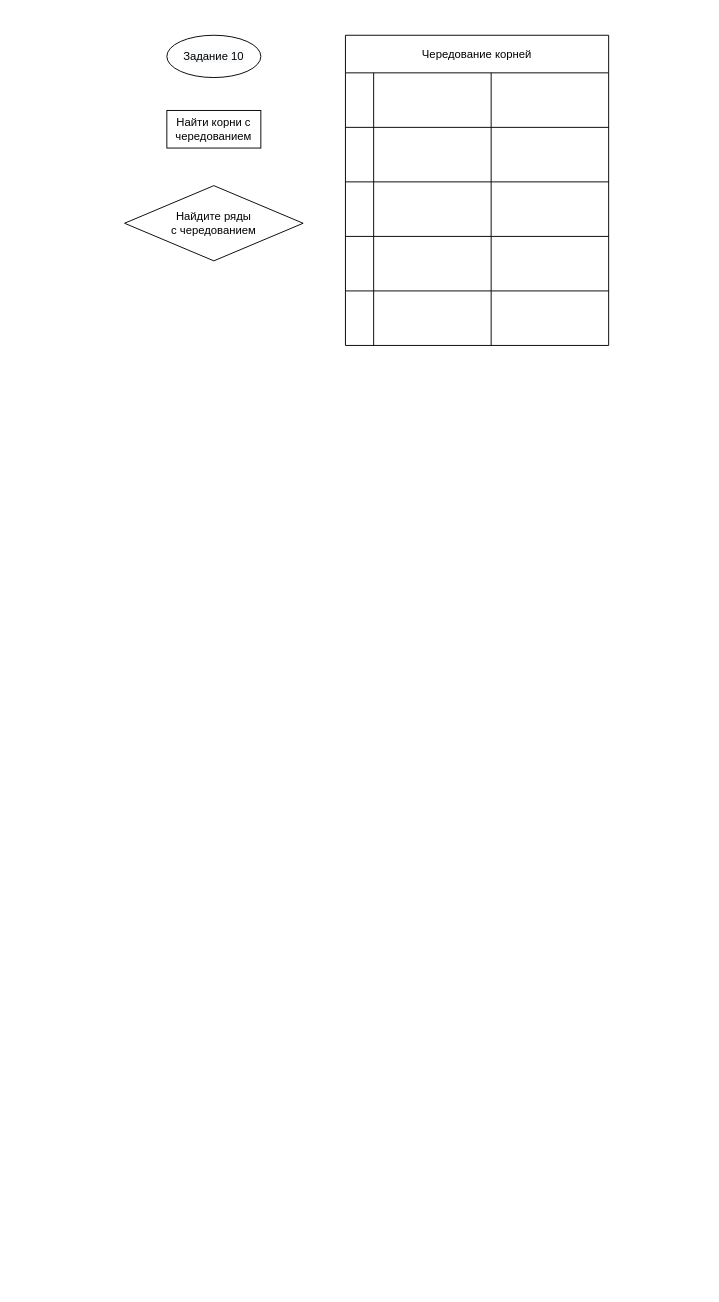
Earlier version of the draw.io diagram Untitled Diagram.drawio (asdcxfrt/EgeRusAlgorithms). Source tidied: cells renumbered, new cells numbered last; positions are measured from the earlier drawing's top-left corner, leaving out a move shared by most shapes. Both pictures are drawn from the tidied source at 94%, with x=0, y=0 at pixel (124, 35).
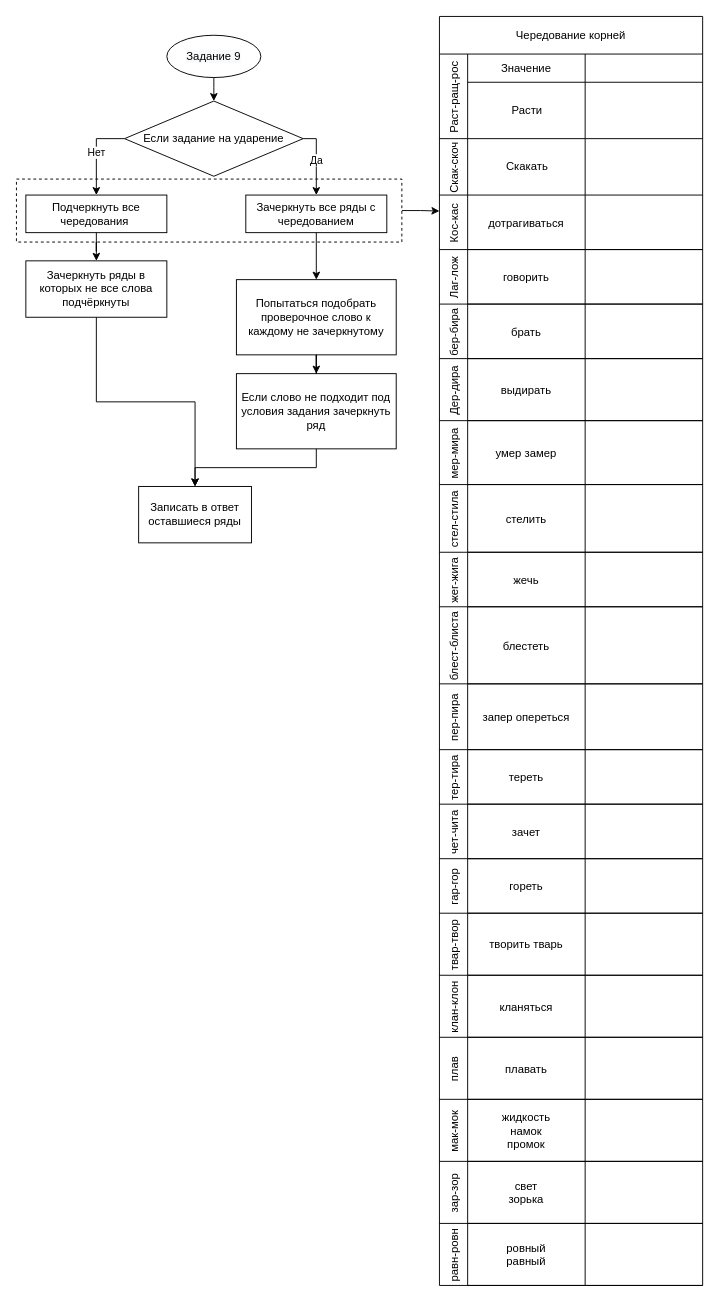
The same diagram, later.

Change to the diagram source:
```diff
@@
-    <mxCell id="2" value="Найти корни с чередованием" style="rounded=0;whiteSpace=wrap;html=1;fillColor=none;" parent="1" vertex="1">
-      <mxGeometry x="45" y="80" width="100" height="40" as="geometry" />
-    </mxCell>
+    <mxCell id="21" style="edgeStyle=orthogonalEdgeStyle;rounded=0;jettySize=auto;html=1;entryX=0;entryY=0.293;entryDx=0;entryDy=0;entryPerimeter=0;startArrow=none;startFill=0;endArrow=classic;endFill=1;" parent="1" edge="1" source="22" target="12">
+      <mxGeometry relative="1" as="geometry" />
+    </mxCell>
+    <mxCell id="22" style="rounded=0;whiteSpace=wrap;html=1;fillColor=none;dashed=1;" parent="1" vertex="1">
+      <mxGeometry x="-115" y="153" width="410" height="67" as="geometry" />
+    </mxCell>
-    <mxCell id="3" value="Найдите ряды&lt;br&gt;с чередованием" style="rhombus;whiteSpace=wrap;html=1;fillColor=none;" parent="1" vertex="1">
-      <mxGeometry y="160" width="190" height="80" as="geometry" />
+    <mxCell id="3" value="Если задание на ударение" style="rhombus;whiteSpace=wrap;html=1;fillColor=none;" parent="1" vertex="1">
+      <mxGeometry y="70" width="190" height="80" as="geometry" />
     </mxCell>
-    <mxCell id="4" value="&#10;&#10;&lt;span style=&quot;color: rgb(0, 0, 0); font-family: helvetica; font-size: 12px; font-style: normal; font-weight: 400; letter-spacing: normal; text-align: center; text-indent: 0px; text-transform: none; word-spacing: 0px; background-color: rgb(248, 249, 250); display: inline; float: none;&quot;&gt;Задание 10&lt;/span&gt;&#10;&#10;" style="ellipse;whiteSpace=wrap;html=1;fillColor=none;" parent="1" vertex="1">
+    <mxCell id="4" value="&lt;span style=&quot;color: rgb(0 , 0 , 0) ; font-family: &amp;#34;helvetica&amp;#34; ; font-size: 12px ; font-style: normal ; font-weight: 400 ; letter-spacing: normal ; text-align: center ; text-indent: 0px ; text-transform: none ; word-spacing: 0px ; background-color: rgb(248 , 249 , 250) ; display: inline ; float: none&quot;&gt;Задание 9&lt;/span&gt;" style="ellipse;whiteSpace=wrap;html=1;fillColor=none;" parent="1" vertex="1">
       <mxGeometry x="45" width="100" height="45" as="geometry" />
     </mxCell>
-    <mxCell id="5" value="Чередование корней" style="shape=table;childLayout=tableLayout;startSize=40;fillColor=none;" parent="1" vertex="1">
-      <mxGeometry x="235" width="280" height="330" as="geometry" />
+    <mxCell id="5" value="Чередование корней" style="shape=table;childLayout=tableLayout;startSize=40;fillColor=none;flipH=1;flipV=0;" parent="1" vertex="1">
+      <mxGeometry x="335" y="-20" width="280" height="1350" as="geometry" />
     </mxCell>
-    <mxCell id="6" style="swimlane;horizontal=0;swimlaneHead=0;swimlaneBody=0;fontStyle=0;fillColor=none;startSize=30;" parent="5" vertex="1">
-      <mxGeometry y="40" width="280" height="58" as="geometry" />
+    <mxCell id="6" value="Раст-ращ-рос" style="swimlane;horizontal=0;swimlaneHead=0;swimlaneBody=0;fontStyle=0;fillColor=none;startSize=30;" parent="5" vertex="1">
+      <mxGeometry y="40" width="280" height="90" as="geometry" />
     </mxCell>
-    <mxCell id="7" style="swimlane;swimlaneHead=0;swimlaneBody=0;fontStyle=0;fillColor=none;startSize=0;" parent="6" vertex="1">
-      <mxGeometry x="30" width="125" height="58" as="geometry" />
+    <mxCell id="7" value="Значение" style="swimlane;swimlaneHead=0;swimlaneBody=0;fontStyle=0;fillColor=none;startSize=30;flipH=0;flipV=0;" parent="6" vertex="1">
+      <mxGeometry x="30" width="125" height="90" as="geometry" />
     </mxCell>
+    <mxCell id="23" value="Расти" style="text;html=1;align=center;verticalAlign=middle;strokeColor=none;fillColor=none;" parent="7" vertex="1">
+      <mxGeometry x="37.5" y="50" width="50" height="20" as="geometry" />
+    </mxCell>
-    <mxCell id="8" style="swimlane;swimlaneHead=0;swimlaneBody=0;fontStyle=0;fillColor=none;startSize=0;" parent="6" vertex="1">
-      <mxGeometry x="155" width="125" height="58" as="geometry" />
+    <mxCell id="8" style="swimlane;swimlaneHead=0;swimlaneBody=0;fontStyle=0;fillColor=none;startSize=30;" parent="6" vertex="1">
+      <mxGeometry x="155" width="125" height="90" as="geometry" />
     </mxCell>
-    <mxCell id="9" style="swimlane;horizontal=0;swimlaneHead=0;swimlaneBody=0;fontStyle=0;fillColor=none;startSize=30;" parent="5" vertex="1">
-      <mxGeometry y="98" width="280" height="58" as="geometry" />
+    <mxCell id="9" value="Скак-скоч" style="swimlane;horizontal=0;swimlaneHead=0;swimlaneBody=0;fontStyle=0;fillColor=none;startSize=30;" parent="5" vertex="1">
+      <mxGeometry y="130" width="280" height="60" as="geometry" />
     </mxCell>
     <mxCell id="10" style="swimlane;swimlaneHead=0;swimlaneBody=0;fontStyle=0;fillColor=none;startSize=0;" parent="9" vertex="1">
-      <mxGeometry x="30" width="125" height="58" as="geometry" />
+      <mxGeometry x="30" width="125" height="60" as="geometry" />
     </mxCell>
+    <mxCell id="24" value="Скакать" style="text;html=1;align=center;verticalAlign=middle;strokeColor=none;fillColor=none;" parent="10" vertex="1">
+      <mxGeometry x="32.5" y="20" width="60" height="20" as="geometry" />
+    </mxCell>
     <mxCell id="11" style="swimlane;swimlaneHead=0;swimlaneBody=0;fontStyle=0;fillColor=none;startSize=0;" parent="9" vertex="1">
-      <mxGeometry x="155" width="125" height="58" as="geometry" />
+      <mxGeometry x="155" width="125" height="60" as="geometry" />
     </mxCell>
-    <mxCell id="12" style="swimlane;horizontal=0;swimlaneHead=0;swimlaneBody=0;fontStyle=0;fillColor=none;points=[[0,0.5],[1,0.5]];portConstraint=eastwest;startSize=30;" parent="5" vertex="1">
-      <mxGeometry y="156" width="280" height="58" as="geometry" />
+    <mxCell id="12" value="Кос-кас" style="swimlane;horizontal=0;swimlaneHead=0;swimlaneBody=0;fontStyle=0;fillColor=none;points=[[0,0.5],[1,0.5]];portConstraint=eastwest;startSize=30;" parent="5" vertex="1">
+      <mxGeometry y="190" width="280" height="58" as="geometry" />
     </mxCell>
-    <mxCell id="13" style="swimlane;swimlaneHead=0;swimlaneBody=0;fontStyle=0;fillColor=none;startSize=0;" parent="12" vertex="1">
+    <mxCell id="13" value="дотрагиваться" style="swimlane;swimlaneHead=0;swimlaneBody=0;fontStyle=0;fillColor=none;startSize=58;verticalAlign=middle;" parent="12" vertex="1">
       <mxGeometry x="30" width="125" height="58" as="geometry" />
     </mxCell>
-    <mxCell id="14" style="swimlane;swimlaneHead=0;swimlaneBody=0;fontStyle=0;fillColor=none;startSize=0;" parent="12" vertex="1">
+    <mxCell id="14" style="swimlane;swimlaneHead=0;swimlaneBody=0;fontStyle=0;fillColor=none;startSize=58;" parent="12" vertex="1">
       <mxGeometry x="155" width="125" height="58" as="geometry" />
     </mxCell>
-    <mxCell id="15" style="swimlane;horizontal=0;swimlaneHead=0;swimlaneBody=0;fontStyle=0;fillColor=none;startSize=30;" parent="5" vertex="1">
-      <mxGeometry y="214" width="280" height="58" as="geometry" />
+    <mxCell id="15" value="Лаг-лож" style="swimlane;horizontal=0;swimlaneHead=0;swimlaneBody=0;fontStyle=0;fillColor=none;startSize=30;" parent="5" vertex="1">
+      <mxGeometry y="248" width="280" height="58" as="geometry" />
     </mxCell>
-    <mxCell id="16" style="swimlane;swimlaneHead=0;swimlaneBody=0;fontStyle=0;fillColor=none;startSize=0;" parent="15" vertex="1">
+    <mxCell id="16" value="говорить" style="swimlane;swimlaneHead=0;swimlaneBody=0;fontStyle=0;fillColor=none;startSize=58;" parent="15" vertex="1">
       <mxGeometry x="30" width="125" height="58" as="geometry" />
     </mxCell>
-    <mxCell id="17" style="swimlane;swimlaneHead=0;swimlaneBody=0;fontStyle=0;fillColor=none;startSize=0;" parent="15" vertex="1">
+    <mxCell id="17" style="swimlane;swimlaneHead=0;swimlaneBody=0;fontStyle=0;fillColor=none;startSize=58;" parent="15" vertex="1">
       <mxGeometry x="155" width="125" height="58" as="geometry" />
     </mxCell>
-    <mxCell id="18" style="swimlane;horizontal=0;swimlaneHead=0;swimlaneBody=0;fontStyle=0;fillColor=none;startSize=30;" parent="5" vertex="1">
-      <mxGeometry y="272" width="280" height="58" as="geometry" />
+    <mxCell id="18" value="бер-бира" style="swimlane;horizontal=0;swimlaneHead=0;swimlaneBody=0;fontStyle=0;fillColor=none;startSize=30;" parent="5" vertex="1">
+      <mxGeometry y="306" width="280" height="58" as="geometry" />
     </mxCell>
-    <mxCell id="19" style="swimlane;swimlaneHead=0;swimlaneBody=0;fontStyle=0;fillColor=none;startSize=0;" parent="18" vertex="1">
+    <mxCell id="19" value="брать" style="swimlane;swimlaneHead=0;swimlaneBody=0;fontStyle=0;fillColor=none;startSize=58;" parent="18" vertex="1">
       <mxGeometry x="30" width="125" height="58" as="geometry" />
     </mxCell>
-    <mxCell id="20" style="swimlane;swimlaneHead=0;swimlaneBody=0;fontStyle=0;fillColor=none;startSize=0;" parent="18" vertex="1">
+    <mxCell id="20" style="swimlane;swimlaneHead=0;swimlaneBody=0;fontStyle=0;fillColor=none;startSize=58;" parent="18" vertex="1">
       <mxGeometry x="155" width="125" height="58" as="geometry" />
     </mxCell>
+    <mxCell id="25" value="Дер-дира" style="swimlane;horizontal=0;swimlaneHead=0;swimlaneBody=0;fontStyle=0;fillColor=none;startSize=30;" parent="5" vertex="1">
+      <mxGeometry y="364" width="280" height="66" as="geometry" />
+    </mxCell>
+    <mxCell id="26" value="выдирать" style="swimlane;swimlaneHead=0;swimlaneBody=0;fontStyle=0;fillColor=none;startSize=66;" parent="25" vertex="1">
+      <mxGeometry x="30" width="125" height="66" as="geometry" />
+    </mxCell>
+    <mxCell id="27" style="swimlane;swimlaneHead=0;swimlaneBody=0;fontStyle=0;fillColor=none;startSize=66;" parent="25" vertex="1">
+      <mxGeometry x="155" width="125" height="66" as="geometry" />
+    </mxCell>
+    <mxCell id="28" value="мер-мира" style="swimlane;horizontal=0;swimlaneHead=0;swimlaneBody=0;fontStyle=0;fillColor=none;startSize=30;" parent="5" vertex="1">
+      <mxGeometry y="430" width="280" height="68" as="geometry" />
+    </mxCell>
+    <mxCell id="29" value="умер замер" style="swimlane;swimlaneHead=0;swimlaneBody=0;fontStyle=0;fillColor=none;startSize=68;" parent="28" vertex="1">
+      <mxGeometry x="30" width="125" height="68" as="geometry" />
+    </mxCell>
+    <mxCell id="30" style="swimlane;swimlaneHead=0;swimlaneBody=0;fontStyle=0;fillColor=none;startSize=68;" parent="28" vertex="1">
+      <mxGeometry x="155" width="125" height="68" as="geometry" />
+    </mxCell>
+    <mxCell id="31" value="стел-стила" style="swimlane;horizontal=0;swimlaneHead=0;swimlaneBody=0;fontStyle=0;fillColor=none;startSize=30;" parent="5" vertex="1">
+      <mxGeometry y="498" width="280" height="72" as="geometry" />
+    </mxCell>
+    <mxCell id="32" value="стелить" style="swimlane;swimlaneHead=0;swimlaneBody=0;fontStyle=0;fillColor=none;startSize=72;" parent="31" vertex="1">
+      <mxGeometry x="30" width="125" height="72" as="geometry" />
+    </mxCell>
+    <mxCell id="33" style="swimlane;swimlaneHead=0;swimlaneBody=0;fontStyle=0;fillColor=none;startSize=72;" parent="31" vertex="1">
+      <mxGeometry x="155" width="125" height="72" as="geometry" />
+    </mxCell>
+    <mxCell id="34" value="жег-жига" style="swimlane;horizontal=0;swimlaneHead=0;swimlaneBody=0;fontStyle=0;fillColor=none;startSize=30;" parent="5" vertex="1">
+      <mxGeometry y="570" width="280" height="58" as="geometry" />
+    </mxCell>
+    <mxCell id="35" value="жечь" style="swimlane;swimlaneHead=0;swimlaneBody=0;fontStyle=0;fillColor=none;startSize=58;" parent="34" vertex="1">
+      <mxGeometry x="30" width="125" height="58" as="geometry" />
+    </mxCell>
+    <mxCell id="36" style="swimlane;swimlaneHead=0;swimlaneBody=0;fontStyle=0;fillColor=none;startSize=58;" parent="34" vertex="1">
+      <mxGeometry x="155" width="125" height="58" as="geometry" />
+    </mxCell>
+    <mxCell id="37" value="блест-блиста" style="swimlane;horizontal=0;swimlaneHead=0;swimlaneBody=0;fontStyle=0;fillColor=none;startSize=30;" parent="5" vertex="1">
+      <mxGeometry y="628" width="280" height="82" as="geometry" />
+    </mxCell>
+    <mxCell id="38" value="блестеть" style="swimlane;swimlaneHead=0;swimlaneBody=0;fontStyle=0;fillColor=none;startSize=82;" parent="37" vertex="1">
+      <mxGeometry x="30" width="125" height="82" as="geometry" />
+    </mxCell>
+    <mxCell id="39" style="swimlane;swimlaneHead=0;swimlaneBody=0;fontStyle=0;fillColor=none;startSize=82;" parent="37" vertex="1">
+      <mxGeometry x="155" width="125" height="82" as="geometry" />
+    </mxCell>
+    <mxCell id="40" value="пер-пира" style="swimlane;horizontal=0;swimlaneHead=0;swimlaneBody=0;fontStyle=0;fillColor=none;startSize=30;" parent="5" vertex="1">
+      <mxGeometry y="710" width="280" height="70" as="geometry" />
+    </mxCell>
+    <mxCell id="41" value="запер опереться" style="swimlane;swimlaneHead=0;swimlaneBody=0;fontStyle=0;fillColor=none;startSize=70;" parent="40" vertex="1">
+      <mxGeometry x="30" width="125" height="70" as="geometry" />
+    </mxCell>
+    <mxCell id="42" style="swimlane;swimlaneHead=0;swimlaneBody=0;fontStyle=0;fillColor=none;startSize=70;" parent="40" vertex="1">
+      <mxGeometry x="155" width="125" height="70" as="geometry" />
+    </mxCell>
+    <mxCell id="43" value="тер-тира" style="swimlane;horizontal=0;swimlaneHead=0;swimlaneBody=0;fontStyle=0;fillColor=none;startSize=30;" parent="5" vertex="1">
+      <mxGeometry y="780" width="280" height="58" as="geometry" />
+    </mxCell>
+    <mxCell id="44" value="тереть" style="swimlane;swimlaneHead=0;swimlaneBody=0;fontStyle=0;fillColor=none;startSize=58;" parent="43" vertex="1">
+      <mxGeometry x="30" width="125" height="58" as="geometry" />
+    </mxCell>
+    <mxCell id="45" style="swimlane;swimlaneHead=0;swimlaneBody=0;fontStyle=0;fillColor=none;startSize=58;" parent="43" vertex="1">
+      <mxGeometry x="155" width="125" height="58" as="geometry" />
+    </mxCell>
+    <mxCell id="46" value="чет-чита" style="swimlane;horizontal=0;swimlaneHead=0;swimlaneBody=0;fontStyle=0;fillColor=none;startSize=30;" parent="5" vertex="1">
+      <mxGeometry y="838" width="280" height="58" as="geometry" />
+    </mxCell>
+    <mxCell id="47" value="зачет" style="swimlane;swimlaneHead=0;swimlaneBody=0;fontStyle=0;fillColor=none;startSize=58;" parent="46" vertex="1">
+      <mxGeometry x="30" width="125" height="58" as="geometry" />
+    </mxCell>
+    <mxCell id="48" style="swimlane;swimlaneHead=0;swimlaneBody=0;fontStyle=0;fillColor=none;startSize=58;" parent="46" vertex="1">
+      <mxGeometry x="155" width="125" height="58" as="geometry" />
+    </mxCell>
+    <mxCell id="49" value="гар-гор" style="swimlane;horizontal=0;swimlaneHead=0;swimlaneBody=0;fontStyle=0;fillColor=none;startSize=30;" parent="5" vertex="1">
+      <mxGeometry y="896" width="280" height="58" as="geometry" />
+    </mxCell>
+    <mxCell id="50" value="гореть" style="swimlane;swimlaneHead=0;swimlaneBody=0;fontStyle=0;fillColor=none;startSize=58;" parent="49" vertex="1">
+      <mxGeometry x="30" width="125" height="58" as="geometry" />
+    </mxCell>
+    <mxCell id="51" style="swimlane;swimlaneHead=0;swimlaneBody=0;fontStyle=0;fillColor=none;startSize=58;" parent="49" vertex="1">
+      <mxGeometry x="155" width="125" height="58" as="geometry" />
+    </mxCell>
+    <mxCell id="52" value="твар-твор" style="swimlane;horizontal=0;swimlaneHead=0;swimlaneBody=0;fontStyle=0;fillColor=none;startSize=30;" parent="5" vertex="1">
+      <mxGeometry y="954" width="280" height="66" as="geometry" />
+    </mxCell>
+    <mxCell id="53" value="творить тварь" style="swimlane;swimlaneHead=0;swimlaneBody=0;fontStyle=0;fillColor=none;startSize=66;" parent="52" vertex="1">
+      <mxGeometry x="30" width="125" height="66" as="geometry" />
+    </mxCell>
+    <mxCell id="54" style="swimlane;swimlaneHead=0;swimlaneBody=0;fontStyle=0;fillColor=none;startSize=66;" parent="52" vertex="1">
+      <mxGeometry x="155" width="125" height="66" as="geometry" />
+    </mxCell>
+    <mxCell id="55" value="клан-клон" style="swimlane;horizontal=0;swimlaneHead=0;swimlaneBody=0;fontStyle=0;fillColor=none;startSize=30;" parent="5" vertex="1">
+      <mxGeometry y="1020" width="280" height="66" as="geometry" />
+    </mxCell>
+    <mxCell id="56" value="кланяться" style="swimlane;swimlaneHead=0;swimlaneBody=0;fontStyle=0;fillColor=none;startSize=66;" parent="55" vertex="1">
+      <mxGeometry x="30" width="125" height="66" as="geometry" />
+    </mxCell>
+    <mxCell id="57" style="swimlane;swimlaneHead=0;swimlaneBody=0;fontStyle=0;fillColor=none;startSize=66;" parent="55" vertex="1">
+      <mxGeometry x="155" width="125" height="66" as="geometry" />
+    </mxCell>
+    <mxCell id="58" value="плав" style="swimlane;horizontal=0;swimlaneHead=0;swimlaneBody=0;fontStyle=0;fillColor=none;startSize=30;" parent="5" vertex="1">
+      <mxGeometry y="1086" width="280" height="66" as="geometry" />
+    </mxCell>
+    <mxCell id="59" value="плавать" style="swimlane;swimlaneHead=0;swimlaneBody=0;fontStyle=0;fillColor=none;startSize=66;" parent="58" vertex="1">
+      <mxGeometry x="30" width="125" height="66" as="geometry" />
+    </mxCell>
+    <mxCell id="60" style="swimlane;swimlaneHead=0;swimlaneBody=0;fontStyle=0;fillColor=none;startSize=66;" parent="58" vertex="1">
+      <mxGeometry x="155" width="125" height="66" as="geometry" />
+    </mxCell>
+    <mxCell id="61" value="мак-мок" style="swimlane;horizontal=0;swimlaneHead=0;swimlaneBody=0;fontStyle=0;fillColor=none;startSize=30;" parent="5" vertex="1">
+      <mxGeometry y="1152" width="280" height="66" as="geometry" />
+    </mxCell>
+    <mxCell id="62" value="жидкость&#10;намок&#10;промок" style="swimlane;swimlaneHead=0;swimlaneBody=0;fontStyle=0;fillColor=none;startSize=66;" parent="61" vertex="1">
+      <mxGeometry x="30" width="125" height="66" as="geometry" />
+    </mxCell>
+    <mxCell id="63" style="swimlane;swimlaneHead=0;swimlaneBody=0;fontStyle=0;fillColor=none;startSize=66;" parent="61" vertex="1">
+      <mxGeometry x="155" width="125" height="66" as="geometry" />
+    </mxCell>
+    <mxCell id="64" value="зар-зор" style="swimlane;horizontal=0;swimlaneHead=0;swimlaneBody=0;fontStyle=0;fillColor=none;startSize=30;" parent="5" vertex="1">
+      <mxGeometry y="1218" width="280" height="66" as="geometry" />
+    </mxCell>
+    <mxCell id="65" value="свет&#10;зорька" style="swimlane;swimlaneHead=0;swimlaneBody=0;fontStyle=0;fillColor=none;startSize=66;" parent="64" vertex="1">
+      <mxGeometry x="30" width="125" height="66" as="geometry" />
+    </mxCell>
+    <mxCell id="66" style="swimlane;swimlaneHead=0;swimlaneBody=0;fontStyle=0;fillColor=none;startSize=66;" parent="64" vertex="1">
+      <mxGeometry x="155" width="125" height="66" as="geometry" />
+    </mxCell>
+    <mxCell id="67" value="равн-ровн" style="swimlane;horizontal=0;swimlaneHead=0;swimlaneBody=0;fontStyle=0;fillColor=none;startSize=30;" parent="5" vertex="1">
+      <mxGeometry y="1284" width="280" height="66" as="geometry" />
+    </mxCell>
+    <mxCell id="68" value="ровный&#10;равный" style="swimlane;swimlaneHead=0;swimlaneBody=0;fontStyle=0;fillColor=none;startSize=66;" parent="67" vertex="1">
+      <mxGeometry x="30" width="125" height="66" as="geometry" />
+    </mxCell>
+    <mxCell id="69" style="swimlane;swimlaneHead=0;swimlaneBody=0;fontStyle=0;fillColor=none;startSize=66;" parent="67" vertex="1">
+      <mxGeometry x="155" width="125" height="66" as="geometry" />
+    </mxCell>
+    <mxCell id="70" style="endArrow=classic;html=1;rounded=0;curved=1;exitX=0.5;exitY=1;exitDx=0;exitDy=0;entryX=0.5;entryY=0;entryDx=0;entryDy=0;" parent="1" edge="1" source="4" target="3">
+      <mxGeometry relative="1" as="geometry" />
+    </mxCell>
+    <mxCell id="71" style="edgeStyle=orthogonalEdgeStyle;rounded=0;jettySize=auto;html=1;startArrow=none;startFill=0;endArrow=classic;endFill=1;" parent="1" edge="1" source="72" target="80">
+      <mxGeometry relative="1" as="geometry" />
+    </mxCell>
+    <mxCell id="72" value="Зачеркнуть все ряды с чередованием" style="rounded=0;whiteSpace=wrap;html=1;fillColor=none;" parent="1" vertex="1">
+      <mxGeometry x="129" y="170" width="150" height="40" as="geometry" />
+    </mxCell>
+    <mxCell id="73" value="Да" style="endArrow=classic;html=1;rounded=0;exitX=1;exitY=0.5;exitDx=0;exitDy=0;entryX=0.5;entryY=0;entryDx=0;entryDy=0;edgeStyle=orthogonalEdgeStyle;" parent="1" edge="1" source="3" target="72">
+      <mxGeometry relative="1" as="geometry" />
+    </mxCell>
+    <mxCell id="74" style="edgeStyle=orthogonalEdgeStyle;rounded=0;jettySize=auto;html=1;startArrow=none;startFill=0;endArrow=classic;endFill=1;" parent="1" edge="1" source="75" target="78">
+      <mxGeometry relative="1" as="geometry" />
+    </mxCell>
+    <mxCell id="75" value="Подчеркнуть все чередования&amp;nbsp;" style="rounded=0;whiteSpace=wrap;html=1;fillColor=none;" parent="1" vertex="1">
+      <mxGeometry x="-105" y="170" width="150" height="40" as="geometry" />
+    </mxCell>
+    <mxCell id="76" value="Нет" style="endArrow=classic;html=1;rounded=0;exitX=0;exitY=0.5;exitDx=0;exitDy=0;entryX=0.5;entryY=0;entryDx=0;entryDy=0;edgeStyle=orthogonalEdgeStyle;" parent="1" edge="1" source="3" target="75">
+      <mxGeometry relative="1" as="geometry" />
+    </mxCell>
+    <mxCell id="77" style="edgeStyle=orthogonalEdgeStyle;rounded=0;jettySize=auto;html=1;entryX=0.5;entryY=0;entryDx=0;entryDy=0;startArrow=none;startFill=0;endArrow=classic;endFill=1;" parent="1" edge="1" source="78" target="83">
+      <mxGeometry relative="1" as="geometry" />
+    </mxCell>
+    <mxCell id="78" value="Зачеркнуть ряды в которых не все слова подчёркнуты" style="rounded=0;whiteSpace=wrap;html=1;fillColor=none;" parent="1" vertex="1">
+      <mxGeometry x="-105" y="240" width="150" height="60" as="geometry" />
+    </mxCell>
+    <mxCell id="79" style="edgeStyle=orthogonalEdgeStyle;rounded=0;jettySize=auto;html=1;startArrow=none;startFill=0;endArrow=classic;endFill=1;" parent="1" edge="1" source="80" target="82">
+      <mxGeometry relative="1" as="geometry" />
+    </mxCell>
+    <mxCell id="80" value="Попытаться подобрать проверочное слово к каждому не зачеркнутому" style="rounded=0;whiteSpace=wrap;html=1;fillColor=none;align=center;" parent="1" vertex="1">
+      <mxGeometry x="119" y="260" width="170" height="80" as="geometry" />
+    </mxCell>
+    <mxCell id="81" style="edgeStyle=orthogonalEdgeStyle;rounded=0;jettySize=auto;html=1;startArrow=none;startFill=0;endArrow=classic;endFill=1;" parent="1" edge="1" source="82" target="83">
+      <mxGeometry relative="1" as="geometry" />
+    </mxCell>
+    <mxCell id="82" value="Если слово не подходит под условия задания зачеркнуть ряд" style="rounded=0;whiteSpace=wrap;html=1;fillColor=none;align=center;" parent="1" vertex="1">
+      <mxGeometry x="119" y="360" width="170" height="80" as="geometry" />
+    </mxCell>
+    <mxCell id="83" value="Записать в ответ оставшиеся ряды" style="rounded=0;whiteSpace=wrap;html=1;fillColor=none;" parent="1" vertex="1">
+      <mxGeometry x="15" y="480" width="120" height="60" as="geometry" />
+    </mxCell>
```
